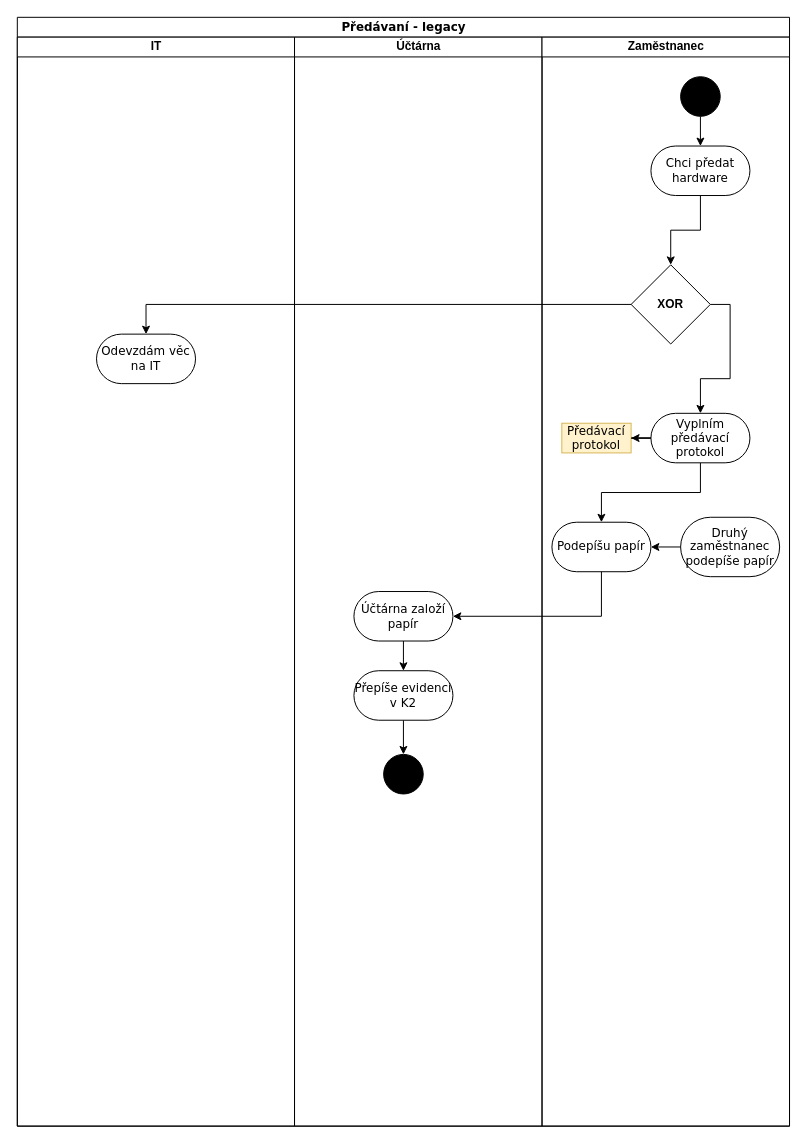
Before: page "Předávaní - legacy" (3 of 3) of UML - Inventar.drawio in horeckyj/drawio, a draw.io diagram. Source tidied: cells renumbered, new cells numbered last; positions are measured from the earlier drawing's top-left corner, leaving out a move shared by most shapes. Both pictures are drawn from the tidied source at 99%, with x=0, y=0 at pixel (17, 17).
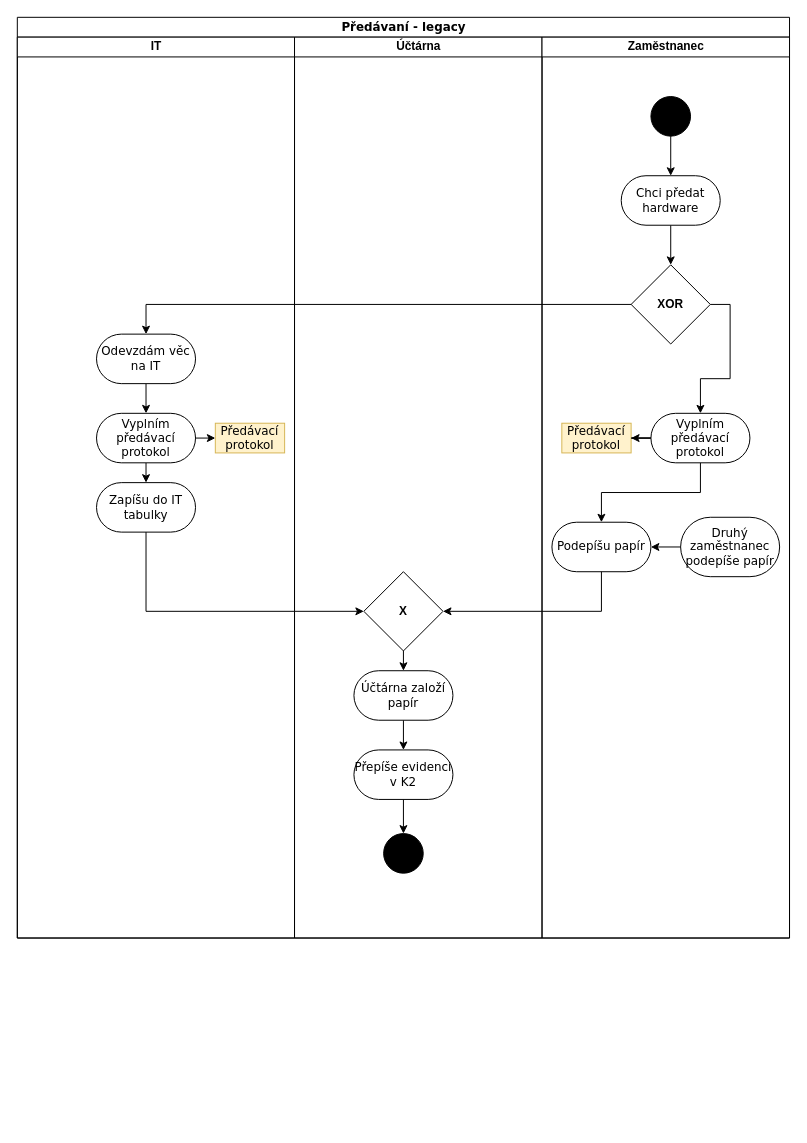
The same diagram, later.

The change refers to these unchanged cells:
```xml
<mxCell id="4" value="Odevzdám věc na IT" style="rounded=1;whiteSpace=wrap;html=1;shadow=0;comic=0;labelBackgroundColor=none;strokeWidth=1;fontFamily=Verdana;fontSize=12;align=center;arcSize=50;" parent="3" vertex="1">
  <mxGeometry x="80" y="300" width="100" height="50" as="geometry" />
</mxCell>
<mxCell id="20" value="Podepíšu papír" style="rounded=1;whiteSpace=wrap;html=1;shadow=0;comic=0;labelBackgroundColor=none;strokeWidth=1;fontFamily=Verdana;fontSize=12;align=center;arcSize=50;" parent="6" vertex="1">
  <mxGeometry x="10" y="490" width="100" height="50" as="geometry" />
</mxCell>
```

What changed in the source:
```diff
@@
     <mxCell id="2" value="Předávaní - legacy" style="swimlane;html=1;startSize=20;rounded=0;shadow=0;comic=0;labelBackgroundColor=none;strokeWidth=1;fontFamily=Verdana;fontSize=12;align=center;" parent="1" vertex="1">
-      <mxGeometry width="780" height="1120" as="geometry" />
+      <mxGeometry width="780" height="930" as="geometry" />
     </mxCell>
     <mxCell id="3" value="IT" style="swimlane;html=1;startSize=20;" parent="2" vertex="1">
-      <mxGeometry y="20" width="280" height="1100" as="geometry" />
+      <mxGeometry y="20" width="280" height="910" as="geometry" />
     </mxCell>
+    <mxCell id="27" style="edgeStyle=orthogonalEdgeStyle;rounded=0;jettySize=auto;html=1;exitX=0.5;exitY=1;exitDx=0;exitDy=0;entryX=0.5;entryY=0;entryDx=0;entryDy=0;" parent="3" edge="1" source="4" target="30">
+      <mxGeometry relative="1" as="geometry" />
+    </mxCell>
@@
+    <mxCell id="28" style="edgeStyle=orthogonalEdgeStyle;rounded=0;jettySize=auto;html=1;exitX=0.5;exitY=1;exitDx=0;exitDy=0;entryX=0.5;entryY=0;entryDx=0;entryDy=0;" parent="3" edge="1" source="30" target="31">
+      <mxGeometry relative="1" as="geometry" />
+    </mxCell>
+    <mxCell id="29" style="edgeStyle=orthogonalEdgeStyle;rounded=0;jettySize=auto;html=1;exitX=1;exitY=0.5;exitDx=0;exitDy=0;entryX=0;entryY=0.5;entryDx=0;entryDy=0;" parent="3" edge="1" source="30" target="32">
+      <mxGeometry relative="1" as="geometry" />
+    </mxCell>
+    <mxCell id="30" value="Vyplním předávací protokol" style="rounded=1;whiteSpace=wrap;html=1;shadow=0;comic=0;labelBackgroundColor=none;strokeWidth=1;fontFamily=Verdana;fontSize=12;align=center;arcSize=50;" parent="3" vertex="1">
+      <mxGeometry x="80" y="380" width="100" height="50" as="geometry" />
+    </mxCell>
+    <mxCell id="31" value="Zapíšu do IT tabulky" style="rounded=1;whiteSpace=wrap;html=1;shadow=0;comic=0;labelBackgroundColor=none;strokeWidth=1;fontFamily=Verdana;fontSize=12;align=center;arcSize=50;" parent="3" vertex="1">
+      <mxGeometry x="80" y="450" width="100" height="50" as="geometry" />
+    </mxCell>
+    <mxCell id="32" value="Předávací protokol" style="rounded=0;whiteSpace=wrap;html=1;shadow=0;comic=0;labelBackgroundColor=none;strokeWidth=1;fontFamily=Verdana;fontSize=12;align=center;arcSize=50;fillColor=#fff2cc;strokeColor=#d6b656;" parent="3" vertex="1">
+      <mxGeometry x="200" y="390" width="70" height="30" as="geometry" />
+    </mxCell>
     <mxCell id="5" value="Účtárna" style="swimlane;html=1;startSize=20;" parent="2" vertex="1">
-      <mxGeometry x="280" y="20" width="250" height="1100" as="geometry" />
+      <mxGeometry x="280" y="20" width="250" height="910" as="geometry" />
     </mxCell>
+    <mxCell id="11" style="edgeStyle=orthogonalEdgeStyle;rounded=0;jettySize=auto;html=1;exitX=0.5;exitY=1;exitDx=0;exitDy=0;entryX=0.5;entryY=0;entryDx=0;entryDy=0;" parent="5" edge="1" source="12" target="14">
+      <mxGeometry relative="1" as="geometry" />
+    </mxCell>
+    <mxCell id="12" value="Účtárna založí papír" style="rounded=1;whiteSpace=wrap;html=1;shadow=0;comic=0;labelBackgroundColor=none;strokeWidth=1;fontFamily=Verdana;fontSize=12;align=center;arcSize=50;" parent="5" vertex="1">
+      <mxGeometry x="60" y="640" width="100" height="50" as="geometry" />
+    </mxCell>
+    <mxCell id="13" style="edgeStyle=orthogonalEdgeStyle;rounded=0;jettySize=auto;html=1;exitX=0.5;exitY=1;exitDx=0;exitDy=0;entryX=0.5;entryY=0;entryDx=0;entryDy=0;" parent="5" edge="1" source="14" target="15">
+      <mxGeometry relative="1" as="geometry" />
+    </mxCell>
+    <mxCell id="14" value="Přepíše evidenci v K2" style="rounded=1;whiteSpace=wrap;html=1;shadow=0;comic=0;labelBackgroundColor=none;strokeWidth=1;fontFamily=Verdana;fontSize=12;align=center;arcSize=50;" parent="5" vertex="1">
+      <mxGeometry x="60" y="720" width="100" height="50" as="geometry" />
+    </mxCell>
+    <mxCell id="15" style="ellipse;whiteSpace=wrap;html=1;rounded=0;shadow=0;comic=0;labelBackgroundColor=none;strokeWidth=1;fillColor=#000000;fontFamily=Verdana;fontSize=12;align=center;" parent="5" vertex="1">
+      <mxGeometry x="90" y="804.5" width="40" height="40" as="geometry" />
+    </mxCell>
+    <mxCell id="33" style="edgeStyle=orthogonalEdgeStyle;rounded=0;jettySize=auto;html=1;exitX=0.5;exitY=1;exitDx=0;exitDy=0;entryX=0.5;entryY=0;entryDx=0;entryDy=0;" parent="5" edge="1" source="34" target="12">
+      <mxGeometry relative="1" as="geometry" />
+    </mxCell>
+    <mxCell id="34" value="&lt;b&gt;X&lt;/b&gt;" style="rhombus;whiteSpace=wrap;html=1;" parent="5" vertex="1">
+      <mxGeometry x="70" y="540" width="80" height="80" as="geometry" />
+    </mxCell>
     <mxCell id="6" value="Zaměstnanec" style="swimlane;html=1;startSize=20;" parent="2" vertex="1">
-      <mxGeometry x="530" y="20" width="250" height="1100" as="geometry" />
+      <mxGeometry x="530" y="20" width="250" height="910" as="geometry" />
     </mxCell>
     <mxCell id="7" style="ellipse;whiteSpace=wrap;html=1;rounded=0;shadow=0;comic=0;labelBackgroundColor=none;strokeWidth=1;fillColor=#000000;fontFamily=Verdana;fontSize=12;align=center;" parent="6" vertex="1">
-      <mxGeometry x="140" y="40" width="40" height="40" as="geometry" />
+      <mxGeometry x="110" y="60" width="40" height="40" as="geometry" />
     </mxCell>
@@
     <mxCell id="9" value="Chci předat hardware" style="rounded=1;whiteSpace=wrap;html=1;shadow=0;comic=0;labelBackgroundColor=none;strokeWidth=1;fontFamily=Verdana;fontSize=12;align=center;arcSize=50;" parent="6" vertex="1">
-      <mxGeometry x="110" y="110" width="100" height="50" as="geometry" />
+      <mxGeometry x="80" y="140" width="100" height="50" as="geometry" />
     </mxCell>
@@
-    <mxCell id="11" style="edgeStyle=orthogonalEdgeStyle;rounded=0;jettySize=auto;html=1;exitX=0.5;exitY=1;exitDx=0;exitDy=0;entryX=0.5;entryY=0;entryDx=0;entryDy=0;" parent="6" edge="1" source="12" target="14">
-      <mxGeometry relative="1" as="geometry" />
-    </mxCell>
-    <mxCell id="12" value="Účtárna založí papír" style="rounded=1;whiteSpace=wrap;html=1;shadow=0;comic=0;labelBackgroundColor=none;strokeWidth=1;fontFamily=Verdana;fontSize=12;align=center;arcSize=50;" parent="6" vertex="1">
-      <mxGeometry x="-190" y="560" width="100" height="50" as="geometry" />
-    </mxCell>
-    <mxCell id="13" style="edgeStyle=orthogonalEdgeStyle;rounded=0;jettySize=auto;html=1;exitX=0.5;exitY=1;exitDx=0;exitDy=0;entryX=0.5;entryY=0;entryDx=0;entryDy=0;" parent="6" edge="1" source="14" target="15">
-      <mxGeometry relative="1" as="geometry" />
-    </mxCell>
-    <mxCell id="14" value="Přepíše evidenci v K2" style="rounded=1;whiteSpace=wrap;html=1;shadow=0;comic=0;labelBackgroundColor=none;strokeWidth=1;fontFamily=Verdana;fontSize=12;align=center;arcSize=50;" parent="6" vertex="1">
-      <mxGeometry x="-190" y="640" width="100" height="50" as="geometry" />
-    </mxCell>
-    <mxCell id="15" style="ellipse;whiteSpace=wrap;html=1;rounded=0;shadow=0;comic=0;labelBackgroundColor=none;strokeWidth=1;fillColor=#000000;fontFamily=Verdana;fontSize=12;align=center;" parent="6" vertex="1">
-      <mxGeometry x="-160" y="724.5" width="40" height="40" as="geometry" />
-    </mxCell>
@@
-    <mxCell id="23" style="edgeStyle=orthogonalEdgeStyle;rounded=0;jettySize=auto;html=1;exitX=0.5;exitY=1;exitDx=0;exitDy=0;entryX=1;entryY=0.5;entryDx=0;entryDy=0;" parent="6" edge="1" source="20" target="12">
-      <mxGeometry relative="1" as="geometry" />
-    </mxCell>
@@
+    <mxCell id="35" style="edgeStyle=orthogonalEdgeStyle;rounded=0;jettySize=auto;html=1;exitX=0.5;exitY=1;exitDx=0;exitDy=0;entryX=1;entryY=0.5;entryDx=0;entryDy=0;" parent="2" edge="1" source="20" target="34">
+      <mxGeometry relative="1" as="geometry" />
+    </mxCell>
+    <mxCell id="36" style="edgeStyle=orthogonalEdgeStyle;rounded=0;jettySize=auto;html=1;exitX=0.5;exitY=1;exitDx=0;exitDy=0;entryX=0;entryY=0.5;entryDx=0;entryDy=0;" parent="2" edge="1" source="31" target="34">
+      <mxGeometry relative="1" as="geometry" />
+    </mxCell>
```
